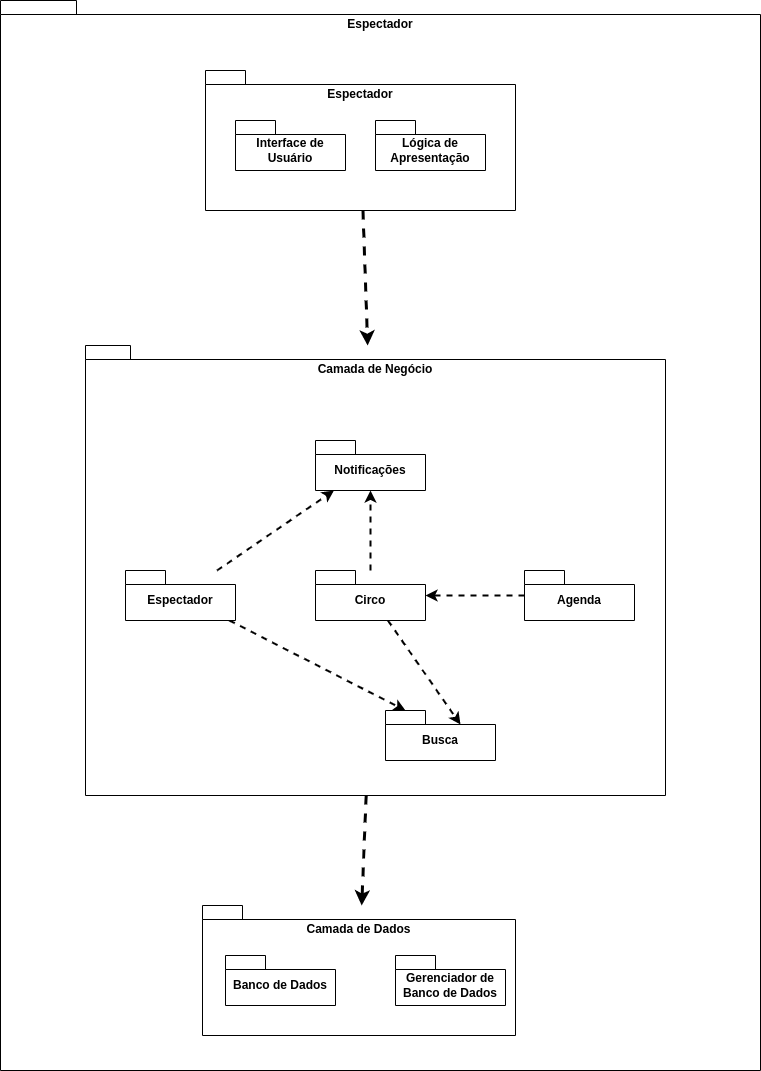
The draw.io diagram docs/assets/Raphael_DiagramaDePacotes.png in UnBArqDsw2024-2/2024.2_G9_Tsirko_Entrega_02, before a commit. Source tidied: cells renumbered, new cells last; positions are measured from the earlier drawing's top-left corner, leaving out a move shared by most shapes. The source it was exported from:
```xml
<mxGraphModel>
  <root>
    <mxCell id="0" />
    <mxCell id="1" parent="0" />
    <mxCell id="2" value="Espectador" style="shape=folder;fontStyle=1;spacingTop=10;tabWidth=40;tabHeight=14;tabPosition=left;html=1;whiteSpace=wrap;verticalAlign=top;" parent="1" vertex="1">
      <mxGeometry width="760" height="1070" as="geometry" />
    </mxCell>
    <mxCell id="3" style="edgeStyle=none;shape=connector;rounded=0;jettySize=auto;html=1;labelBackgroundColor=default;strokeColor=default;fontFamily=Helvetica;fontSize=11;fontColor=default;endArrow=classic;dashed=1;strokeWidth=3;" parent="1" edge="1" source="4" target="5">
      <mxGeometry relative="1" as="geometry" />
    </mxCell>
    <mxCell id="4" value="Camada de Negócio" style="shape=folder;fontStyle=1;spacingTop=10;tabWidth=40;tabHeight=14;tabPosition=left;html=1;whiteSpace=wrap;verticalAlign=top;" parent="1" vertex="1">
      <mxGeometry x="85" y="345" width="580" height="450" as="geometry" />
    </mxCell>
    <mxCell id="5" value="Camada de Dados" style="shape=folder;fontStyle=1;spacingTop=10;tabWidth=40;tabHeight=14;tabPosition=left;html=1;whiteSpace=wrap;verticalAlign=top;" parent="1" vertex="1">
      <mxGeometry x="202" y="905" width="313" height="130" as="geometry" />
    </mxCell>
    <mxCell id="6" style="edgeStyle=none;shape=connector;rounded=0;jettySize=auto;html=1;labelBackgroundColor=default;strokeColor=default;fontFamily=Helvetica;fontSize=11;fontColor=default;endArrow=classic;dashed=1;strokeWidth=2;" parent="1" edge="1" source="8" target="9">
      <mxGeometry relative="1" as="geometry" />
    </mxCell>
    <mxCell id="7" style="edgeStyle=none;shape=connector;rounded=0;jettySize=auto;html=1;labelBackgroundColor=default;strokeColor=default;fontFamily=Helvetica;fontSize=11;fontColor=default;endArrow=classic;entryX=0;entryY=0;entryDx=75;entryDy=14;entryPerimeter=0;dashed=1;strokeWidth=2;" parent="1" edge="1" source="8" target="15">
      <mxGeometry relative="1" as="geometry" />
    </mxCell>
    <mxCell id="8" value="Circo" style="shape=folder;fontStyle=1;spacingTop=10;tabWidth=40;tabHeight=14;tabPosition=left;html=1;whiteSpace=wrap;" parent="1" vertex="1">
      <mxGeometry x="315" y="570" width="110" height="50" as="geometry" />
    </mxCell>
    <mxCell id="9" value="Notificações" style="shape=folder;fontStyle=1;spacingTop=10;tabWidth=40;tabHeight=14;tabPosition=left;html=1;whiteSpace=wrap;" parent="1" vertex="1">
      <mxGeometry x="315" y="440" width="110" height="50" as="geometry" />
    </mxCell>
    <mxCell id="10" style="edgeStyle=orthogonalEdgeStyle;rounded=0;jettySize=auto;html=1;dashed=1;strokeWidth=2;" parent="1" edge="1" source="11" target="8">
      <mxGeometry relative="1" as="geometry" />
    </mxCell>
    <mxCell id="11" value="Agenda" style="shape=folder;fontStyle=1;spacingTop=10;tabWidth=40;tabHeight=14;tabPosition=left;html=1;whiteSpace=wrap;" parent="1" vertex="1">
      <mxGeometry x="524" y="570" width="110" height="50" as="geometry" />
    </mxCell>
    <mxCell id="12" style="rounded=0;jettySize=auto;html=1;dashed=1;strokeWidth=2;" parent="1" edge="1" source="14" target="9">
      <mxGeometry relative="1" as="geometry" />
    </mxCell>
    <mxCell id="13" style="edgeStyle=none;shape=connector;rounded=0;jettySize=auto;html=1;labelBackgroundColor=default;strokeColor=default;fontFamily=Helvetica;fontSize=11;fontColor=default;endArrow=classic;entryX=0;entryY=0;entryDx=20;entryDy=0;entryPerimeter=0;dashed=1;strokeWidth=2;" parent="1" edge="1" source="14" target="15">
      <mxGeometry relative="1" as="geometry" />
    </mxCell>
    <mxCell id="14" value="Espectador" style="shape=folder;fontStyle=1;spacingTop=10;tabWidth=40;tabHeight=14;tabPosition=left;html=1;whiteSpace=wrap;" parent="1" vertex="1">
      <mxGeometry x="125" y="570" width="110" height="50" as="geometry" />
    </mxCell>
    <mxCell id="15" value="Busca" style="shape=folder;fontStyle=1;spacingTop=10;tabWidth=40;tabHeight=14;tabPosition=left;html=1;whiteSpace=wrap;" parent="1" vertex="1">
      <mxGeometry x="385" y="710" width="110" height="50" as="geometry" />
    </mxCell>
    <mxCell id="16" value="Banco de Dados" style="shape=folder;fontStyle=1;spacingTop=10;tabWidth=40;tabHeight=14;tabPosition=left;html=1;whiteSpace=wrap;" parent="1" vertex="1">
      <mxGeometry x="225" y="955" width="110" height="50" as="geometry" />
    </mxCell>
    <mxCell id="17" value="Gerenciador de Banco de Dados" style="shape=folder;fontStyle=1;spacingTop=10;tabWidth=40;tabHeight=14;tabPosition=left;html=1;whiteSpace=wrap;" parent="1" vertex="1">
      <mxGeometry x="395" y="955" width="110" height="50" as="geometry" />
    </mxCell>
    <mxCell id="18" style="edgeStyle=none;shape=connector;rounded=0;jettySize=auto;html=1;labelBackgroundColor=default;strokeColor=default;fontFamily=Helvetica;fontSize=11;fontColor=default;endArrow=classic;dashed=1;strokeWidth=3;" parent="1" edge="1" source="19" target="4">
      <mxGeometry relative="1" as="geometry" />
    </mxCell>
    <mxCell id="19" value="Espectador" style="shape=folder;fontStyle=1;spacingTop=10;tabWidth=40;tabHeight=14;tabPosition=left;html=1;whiteSpace=wrap;verticalAlign=top;" parent="1" vertex="1">
      <mxGeometry x="205" y="70" width="310" height="140" as="geometry" />
    </mxCell>
    <mxCell id="20" value="Lógica de Apresentação" style="shape=folder;fontStyle=1;spacingTop=10;tabWidth=40;tabHeight=14;tabPosition=left;html=1;whiteSpace=wrap;" parent="1" vertex="1">
      <mxGeometry x="375" y="120" width="110" height="50" as="geometry" />
    </mxCell>
    <mxCell id="21" value="Interface de Usuário" style="shape=folder;fontStyle=1;spacingTop=10;tabWidth=40;tabHeight=14;tabPosition=left;html=1;whiteSpace=wrap;" parent="1" vertex="1">
      <mxGeometry x="235" y="120" width="110" height="50" as="geometry" />
    </mxCell>
  </root>
</mxGraphModel>
```
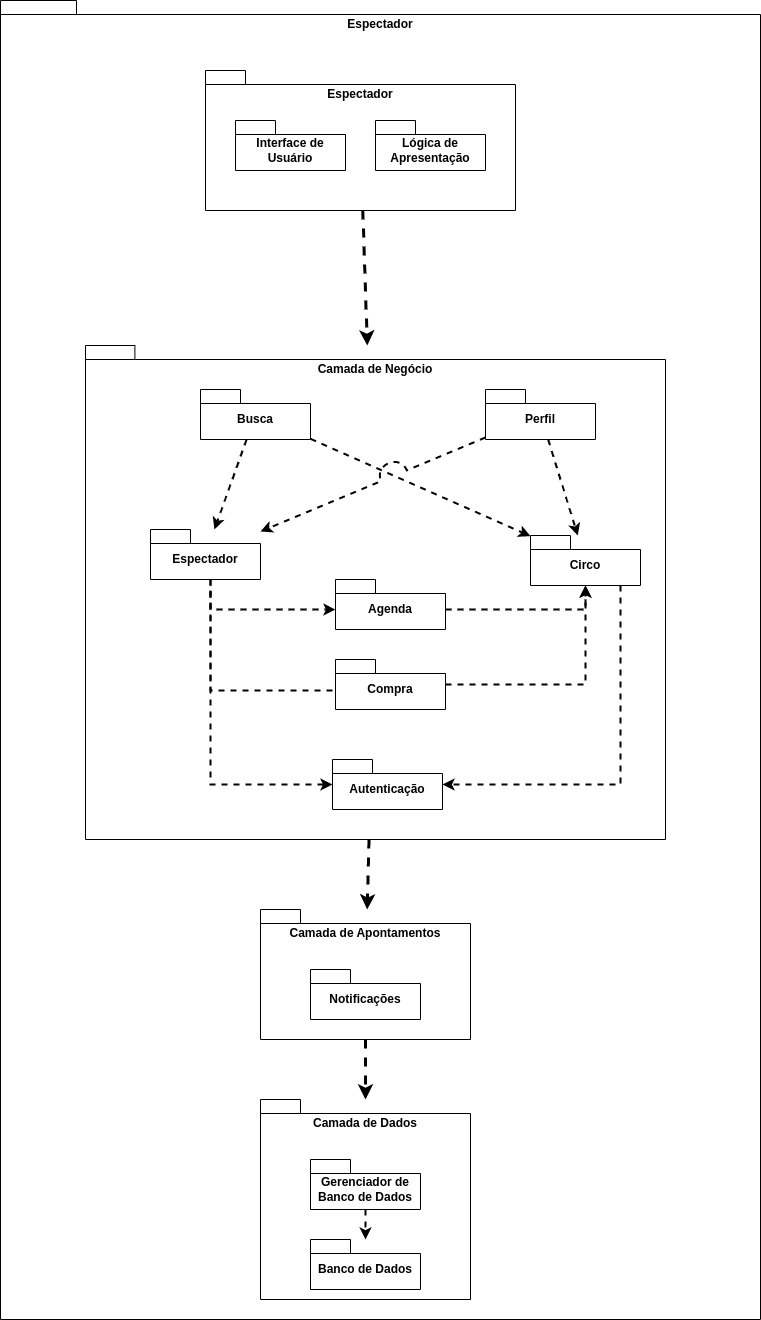
The same file after the commit.

Commit message:
Atualização - Diagrama de Pacotes - Raphael

Change to the diagram source:
```diff
@@ -3,52 +3,71 @@
     <mxCell id="0" />
     <mxCell id="1" parent="0" />
     <mxCell id="2" value="Espectador" style="shape=folder;fontStyle=1;spacingTop=10;tabWidth=40;tabHeight=14;tabPosition=left;html=1;whiteSpace=wrap;verticalAlign=top;" parent="1" vertex="1">
-      <mxGeometry width="760" height="1070" as="geometry" />
+      <mxGeometry width="760" height="1319" as="geometry" />
     </mxCell>
-    <mxCell id="3" style="edgeStyle=none;shape=connector;rounded=0;jettySize=auto;html=1;labelBackgroundColor=default;strokeColor=default;fontFamily=Helvetica;fontSize=11;fontColor=default;endArrow=classic;dashed=1;strokeWidth=3;" parent="1" edge="1" source="4" target="5">
+    <mxCell id="3" style="edgeStyle=none;shape=connector;rounded=0;jettySize=auto;html=1;labelBackgroundColor=default;strokeColor=default;fontFamily=Helvetica;fontSize=11;fontColor=default;endArrow=classic;dashed=1;strokeWidth=3;" parent="1" edge="1" source="32" target="5">
       <mxGeometry relative="1" as="geometry" />
     </mxCell>
     <mxCell id="4" value="Camada de Negócio" style="shape=folder;fontStyle=1;spacingTop=10;tabWidth=40;tabHeight=14;tabPosition=left;html=1;whiteSpace=wrap;verticalAlign=top;" parent="1" vertex="1">
-      <mxGeometry x="85" y="345" width="580" height="450" as="geometry" />
+      <mxGeometry x="85" y="345" width="580" height="494" as="geometry" />
     </mxCell>
     <mxCell id="5" value="Camada de Dados" style="shape=folder;fontStyle=1;spacingTop=10;tabWidth=40;tabHeight=14;tabPosition=left;html=1;whiteSpace=wrap;verticalAlign=top;" parent="1" vertex="1">
-      <mxGeometry x="202" y="905" width="313" height="130" as="geometry" />
+      <mxGeometry x="260" y="1099" width="210" height="200" as="geometry" />
     </mxCell>
-    <mxCell id="6" style="edgeStyle=none;shape=connector;rounded=0;jettySize=auto;html=1;labelBackgroundColor=default;strokeColor=default;fontFamily=Helvetica;fontSize=11;fontColor=default;endArrow=classic;dashed=1;strokeWidth=2;" parent="1" edge="1" source="8" target="9">
-      <mxGeometry relative="1" as="geometry" />
-    </mxCell>
-    <mxCell id="7" style="edgeStyle=none;shape=connector;rounded=0;jettySize=auto;html=1;labelBackgroundColor=default;strokeColor=default;fontFamily=Helvetica;fontSize=11;fontColor=default;endArrow=classic;entryX=0;entryY=0;entryDx=75;entryDy=14;entryPerimeter=0;dashed=1;strokeWidth=2;" parent="1" edge="1" source="8" target="15">
-      <mxGeometry relative="1" as="geometry" />
-    </mxCell>
+    <mxCell id="22" style="edgeStyle=orthogonalEdgeStyle;shape=connector;rounded=0;jumpStyle=arc;jumpSize=26;jettySize=auto;html=1;dashed=1;labelBackgroundColor=default;strokeColor=default;strokeWidth=2;fontFamily=Helvetica;fontSize=11;fontColor=default;endArrow=classic;" parent="1" edge="1" source="8" target="31">
+      <mxGeometry relative="1" as="geometry">
+        <Array as="points">
+          <mxPoint x="620" y="784" />
+        </Array>
+      </mxGeometry>
+    </mxCell>
     <mxCell id="8" value="Circo" style="shape=folder;fontStyle=1;spacingTop=10;tabWidth=40;tabHeight=14;tabPosition=left;html=1;whiteSpace=wrap;" parent="1" vertex="1">
-      <mxGeometry x="315" y="570" width="110" height="50" as="geometry" />
+      <mxGeometry x="530" y="535" width="110" height="50" as="geometry" />
     </mxCell>
-    <mxCell id="9" value="Notificações" style="shape=folder;fontStyle=1;spacingTop=10;tabWidth=40;tabHeight=14;tabPosition=left;html=1;whiteSpace=wrap;" parent="1" vertex="1">
-      <mxGeometry x="315" y="440" width="110" height="50" as="geometry" />
-    </mxCell>
-    <mxCell id="10" style="edgeStyle=orthogonalEdgeStyle;rounded=0;jettySize=auto;html=1;dashed=1;strokeWidth=2;" parent="1" edge="1" source="11" target="8">
-      <mxGeometry relative="1" as="geometry" />
+    <mxCell id="10" style="rounded=0;jettySize=auto;html=1;dashed=1;strokeWidth=2;edgeStyle=orthogonalEdgeStyle;" parent="1" edge="1" source="11" target="8">
+      <mxGeometry relative="1" as="geometry">
+        <Array as="points">
+          <mxPoint x="585" y="609" />
+        </Array>
+      </mxGeometry>
     </mxCell>
+    <mxCell id="23" style="edgeStyle=orthogonalEdgeStyle;shape=connector;rounded=0;jumpStyle=arc;jumpSize=26;jettySize=auto;html=1;dashed=1;labelBackgroundColor=default;strokeColor=default;strokeWidth=2;fontFamily=Helvetica;fontSize=11;fontColor=default;endArrow=classic;" parent="1" edge="1" source="14" target="11">
+      <mxGeometry relative="1" as="geometry">
+        <Array as="points">
+          <mxPoint x="210" y="609" />
+        </Array>
+      </mxGeometry>
+    </mxCell>
     <mxCell id="11" value="Agenda" style="shape=folder;fontStyle=1;spacingTop=10;tabWidth=40;tabHeight=14;tabPosition=left;html=1;whiteSpace=wrap;" parent="1" vertex="1">
-      <mxGeometry x="524" y="570" width="110" height="50" as="geometry" />
+      <mxGeometry x="335" y="579" width="110" height="50" as="geometry" />
     </mxCell>
-    <mxCell id="12" style="rounded=0;jettySize=auto;html=1;dashed=1;strokeWidth=2;" parent="1" edge="1" source="14" target="9">
-      <mxGeometry relative="1" as="geometry" />
-    </mxCell>
-    <mxCell id="13" style="edgeStyle=none;shape=connector;rounded=0;jettySize=auto;html=1;labelBackgroundColor=default;strokeColor=default;fontFamily=Helvetica;fontSize=11;fontColor=default;endArrow=classic;entryX=0;entryY=0;entryDx=20;entryDy=0;entryPerimeter=0;dashed=1;strokeWidth=2;" parent="1" edge="1" source="14" target="15">
-      <mxGeometry relative="1" as="geometry" />
-    </mxCell>
+    <mxCell id="24" style="edgeStyle=orthogonalEdgeStyle;shape=connector;rounded=0;jumpStyle=arc;jumpSize=26;jettySize=auto;html=1;dashed=1;labelBackgroundColor=default;strokeColor=default;strokeWidth=2;fontFamily=Helvetica;fontSize=11;fontColor=default;endArrow=classic;" parent="1" edge="1" source="14" target="31">
+      <mxGeometry relative="1" as="geometry">
+        <Array as="points">
+          <mxPoint x="210" y="784" />
+        </Array>
+      </mxGeometry>
+    </mxCell>
     <mxCell id="14" value="Espectador" style="shape=folder;fontStyle=1;spacingTop=10;tabWidth=40;tabHeight=14;tabPosition=left;html=1;whiteSpace=wrap;" parent="1" vertex="1">
-      <mxGeometry x="125" y="570" width="110" height="50" as="geometry" />
+      <mxGeometry x="150" y="529" width="110" height="50" as="geometry" />
     </mxCell>
+    <mxCell id="25" style="edgeStyle=none;shape=connector;rounded=0;jumpStyle=arc;jumpSize=26;jettySize=auto;html=1;dashed=1;labelBackgroundColor=default;strokeColor=default;strokeWidth=2;fontFamily=Helvetica;fontSize=11;fontColor=default;endArrow=classic;" parent="1" edge="1" source="15" target="14">
+      <mxGeometry relative="1" as="geometry" />
+    </mxCell>
+    <mxCell id="26" style="edgeStyle=none;shape=connector;rounded=0;jumpStyle=arc;jumpSize=26;jettySize=auto;html=1;dashed=1;labelBackgroundColor=default;strokeColor=default;strokeWidth=2;fontFamily=Helvetica;fontSize=11;fontColor=default;endArrow=classic;" parent="1" edge="1" source="15" target="8">
+      <mxGeometry relative="1" as="geometry" />
+    </mxCell>
     <mxCell id="15" value="Busca" style="shape=folder;fontStyle=1;spacingTop=10;tabWidth=40;tabHeight=14;tabPosition=left;html=1;whiteSpace=wrap;" parent="1" vertex="1">
-      <mxGeometry x="385" y="710" width="110" height="50" as="geometry" />
+      <mxGeometry x="200" y="389" width="110" height="50" as="geometry" />
     </mxCell>
     <mxCell id="16" value="Banco de Dados" style="shape=folder;fontStyle=1;spacingTop=10;tabWidth=40;tabHeight=14;tabPosition=left;html=1;whiteSpace=wrap;" parent="1" vertex="1">
-      <mxGeometry x="225" y="955" width="110" height="50" as="geometry" />
+      <mxGeometry x="310" y="1239" width="110" height="50" as="geometry" />
     </mxCell>
+    <mxCell id="27" style="edgeStyle=none;shape=connector;rounded=0;jumpStyle=arc;jumpSize=26;jettySize=auto;html=1;dashed=1;labelBackgroundColor=default;strokeColor=default;strokeWidth=2;fontFamily=Helvetica;fontSize=11;fontColor=default;endArrow=classic;" parent="1" edge="1" source="17" target="16">
+      <mxGeometry relative="1" as="geometry" />
+    </mxCell>
     <mxCell id="17" value="Gerenciador de Banco de Dados" style="shape=folder;fontStyle=1;spacingTop=10;tabWidth=40;tabHeight=14;tabPosition=left;html=1;whiteSpace=wrap;" parent="1" vertex="1">
-      <mxGeometry x="395" y="955" width="110" height="50" as="geometry" />
+      <mxGeometry x="310" y="1159" width="110" height="50" as="geometry" />
     </mxCell>
     <mxCell id="18" style="edgeStyle=none;shape=connector;rounded=0;jettySize=auto;html=1;labelBackgroundColor=default;strokeColor=default;fontFamily=Helvetica;fontSize=11;fontColor=default;endArrow=classic;dashed=1;strokeWidth=3;" parent="1" edge="1" source="19" target="4">
       <mxGeometry relative="1" as="geometry" />
@@ -62,5 +81,44 @@
     <mxCell id="21" value="Interface de Usuário" style="shape=folder;fontStyle=1;spacingTop=10;tabWidth=40;tabHeight=14;tabPosition=left;html=1;whiteSpace=wrap;" parent="1" vertex="1">
       <mxGeometry x="235" y="120" width="110" height="50" as="geometry" />
     </mxCell>
+    <mxCell id="28" style="edgeStyle=orthogonalEdgeStyle;shape=connector;rounded=0;jumpStyle=arc;jumpSize=26;orthogonalLoop=1;jettySize=auto;html=1;dashed=1;labelBackgroundColor=default;strokeColor=default;strokeWidth=2;fontFamily=Helvetica;fontSize=11;fontColor=default;endArrow=classic;" parent="1" edge="1">
+      <mxGeometry relative="1" as="geometry">
+        <mxPoint x="210" y="590" as="sourcePoint" />
+        <mxPoint x="348" y="690" as="targetPoint" />
+        <Array as="points">
+          <mxPoint x="210" y="690" />
+        </Array>
+      </mxGeometry>
+    </mxCell>
+    <mxCell id="29" style="edgeStyle=orthogonalEdgeStyle;shape=connector;rounded=0;jumpStyle=arc;jumpSize=26;jettySize=auto;html=1;dashed=1;labelBackgroundColor=default;strokeColor=default;strokeWidth=2;fontFamily=Helvetica;fontSize=11;fontColor=default;endArrow=classic;" parent="1" edge="1" source="30" target="8">
+      <mxGeometry relative="1" as="geometry" />
+    </mxCell>
+    <mxCell id="30" value="Compra" style="shape=folder;fontStyle=1;spacingTop=10;tabWidth=40;tabHeight=14;tabPosition=left;html=1;whiteSpace=wrap;" parent="1" vertex="1">
+      <mxGeometry x="335" y="659" width="110" height="50" as="geometry" />
+    </mxCell>
+    <mxCell id="31" value="Autenticação" style="shape=folder;fontStyle=1;spacingTop=10;tabWidth=40;tabHeight=14;tabPosition=left;html=1;whiteSpace=wrap;" parent="1" vertex="1">
+      <mxGeometry x="332" y="759" width="110" height="50" as="geometry" />
+    </mxCell>
+    <mxCell id="32" value="Camada de Apontamentos" style="shape=folder;fontStyle=1;spacingTop=10;tabWidth=40;tabHeight=14;tabPosition=left;html=1;whiteSpace=wrap;verticalAlign=top;" parent="1" vertex="1">
+      <mxGeometry x="260" y="909" width="210" height="130" as="geometry" />
+    </mxCell>
+    <mxCell id="9" value="Notificações" style="shape=folder;fontStyle=1;spacingTop=10;tabWidth=40;tabHeight=14;tabPosition=left;html=1;whiteSpace=wrap;" parent="1" vertex="1">
+      <mxGeometry x="310" y="969" width="110" height="50" as="geometry" />
+    </mxCell>
+    <mxCell id="33" style="edgeStyle=none;shape=connector;rounded=0;jumpStyle=arc;jumpSize=26;jettySize=auto;html=1;dashed=1;labelBackgroundColor=default;strokeColor=default;strokeWidth=2;fontFamily=Helvetica;fontSize=11;fontColor=default;endArrow=classic;" parent="1" edge="1" source="35" target="14">
+      <mxGeometry relative="1" as="geometry" />
+    </mxCell>
+    <mxCell id="34" style="edgeStyle=none;shape=connector;rounded=0;jumpStyle=arc;jumpSize=26;jettySize=auto;html=1;dashed=1;labelBackgroundColor=default;strokeColor=default;strokeWidth=2;fontFamily=Helvetica;fontSize=11;fontColor=default;endArrow=classic;" parent="1" edge="1" source="35" target="8">
+      <mxGeometry relative="1" as="geometry" />
+    </mxCell>
+    <mxCell id="35" value="Perfil" style="shape=folder;fontStyle=1;spacingTop=10;tabWidth=40;tabHeight=14;tabPosition=left;html=1;whiteSpace=wrap;" parent="1" vertex="1">
+      <mxGeometry x="485" y="389" width="110" height="50" as="geometry" />
+    </mxCell>
+    <mxCell id="36" style="edgeStyle=none;shape=connector;rounded=0;jettySize=auto;html=1;labelBackgroundColor=default;strokeColor=default;fontFamily=Helvetica;fontSize=11;fontColor=default;endArrow=classic;dashed=1;strokeWidth=3;" parent="1" edge="1" source="4" target="32">
+      <mxGeometry relative="1" as="geometry" />
+    </mxCell>
+    <mxCell id="37" style="edgeStyle=none;shape=connector;rounded=0;jumpStyle=arc;jumpSize=26;orthogonalLoop=1;jettySize=auto;html=1;exitX=0.5;exitY=1;exitDx=0;exitDy=0;exitPerimeter=0;dashed=1;labelBackgroundColor=default;strokeColor=default;strokeWidth=2;fontFamily=Helvetica;fontSize=11;fontColor=default;endArrow=classic;" parent="1" edge="1" source="16" target="16">
+      <mxGeometry relative="1" as="geometry" />
+    </mxCell>
   </root>
 </mxGraphModel>
```
